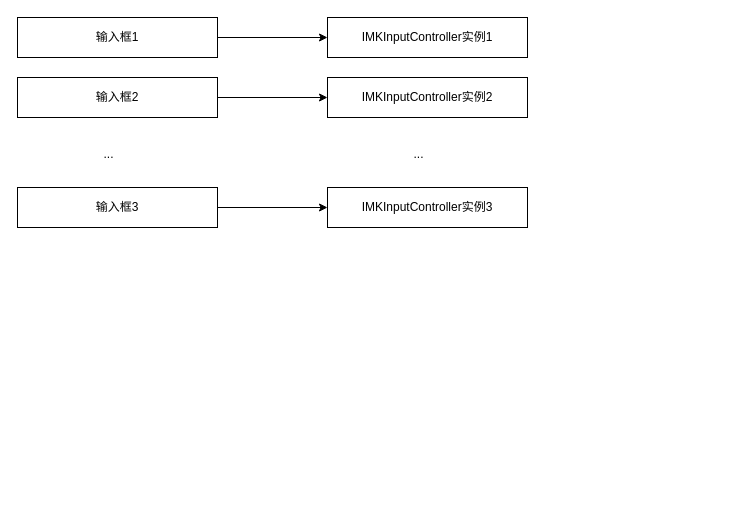
This is IMKInputController.drawio from qwertyyb/draw.io, a draw.io file, before an edit. Source tidied: cells renumbered, new cells numbered last; positions are measured from the earlier drawing's top-left corner, leaving out a move shared by most shapes. Both pictures are drawn from the tidied source at 100%, with x=0, y=0 at pixel (17, 17).
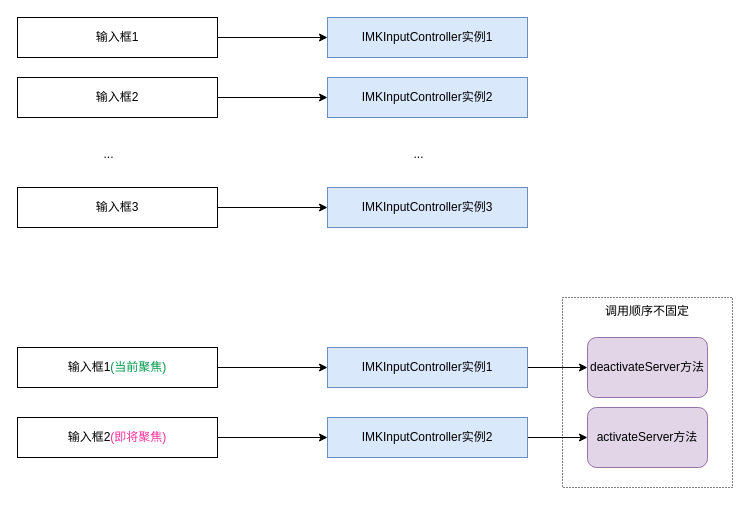
The same diagram, later.

Change to the diagram source:
```diff
@@
+    <mxCell id="13" value="调用顺序不固定" style="rounded=0;whiteSpace=wrap;html=1;verticalAlign=top;dashed=1;dashPattern=1 2;" parent="1" vertex="1">
+      <mxGeometry x="545" y="280" width="170" height="190" as="geometry" />
+    </mxCell>
@@
-    <mxCell id="9" value="IMKInputController实例1" style="rounded=0;whiteSpace=wrap;html=1;" parent="1" vertex="1">
+    <mxCell id="9" value="IMKInputController实例1" style="rounded=0;whiteSpace=wrap;html=1;fillColor=#dae8fc;strokeColor=#6c8ebf;" parent="1" vertex="1">
       <mxGeometry x="310" width="200" height="40" as="geometry" />
     </mxCell>
-    <mxCell id="10" value="IMKInputController实例3" style="rounded=0;whiteSpace=wrap;html=1;" parent="1" vertex="1">
+    <mxCell id="10" value="IMKInputController实例3" style="rounded=0;whiteSpace=wrap;html=1;fillColor=#dae8fc;strokeColor=#6c8ebf;" parent="1" vertex="1">
       <mxGeometry x="310" y="170" width="200" height="40" as="geometry" />
     </mxCell>
-    <mxCell id="11" value="IMKInputController实例2" style="rounded=0;whiteSpace=wrap;html=1;" parent="1" vertex="1">
+    <mxCell id="11" value="IMKInputController实例2" style="rounded=0;whiteSpace=wrap;html=1;fillColor=#dae8fc;strokeColor=#6c8ebf;" parent="1" vertex="1">
       <mxGeometry x="310" y="60" width="200" height="40" as="geometry" />
     </mxCell>
@@
+    <mxCell id="14" style="edgeStyle=orthogonalEdgeStyle;rounded=0;jettySize=auto;html=1;exitX=1;exitY=0.5;exitDx=0;exitDy=0;entryX=0;entryY=0.5;entryDx=0;entryDy=0;" parent="1" edge="1" source="15" target="19">
+      <mxGeometry relative="1" as="geometry" />
+    </mxCell>
+    <mxCell id="15" value="输入框1&lt;font color=&quot;#00994d&quot;&gt;(当前聚焦)&lt;/font&gt;" style="rounded=0;whiteSpace=wrap;html=1;" parent="1" vertex="1">
+      <mxGeometry y="330" width="200" height="40" as="geometry" />
+    </mxCell>
+    <mxCell id="16" style="edgeStyle=orthogonalEdgeStyle;rounded=0;jettySize=auto;html=1;exitX=1;exitY=0.5;exitDx=0;exitDy=0;" parent="1" edge="1" source="17" target="21">
+      <mxGeometry relative="1" as="geometry" />
+    </mxCell>
+    <mxCell id="17" value="输入框2&lt;font color=&quot;#ff3399&quot;&gt;(即将聚焦)&lt;/font&gt;" style="rounded=0;whiteSpace=wrap;html=1;" parent="1" vertex="1">
+      <mxGeometry y="400" width="200" height="40" as="geometry" />
+    </mxCell>
+    <mxCell id="18" style="edgeStyle=orthogonalEdgeStyle;rounded=0;jettySize=auto;html=1;exitX=1;exitY=0.5;exitDx=0;exitDy=0;" parent="1" edge="1" source="19" target="22">
+      <mxGeometry relative="1" as="geometry" />
+    </mxCell>
+    <mxCell id="19" value="IMKInputController实例1" style="rounded=0;whiteSpace=wrap;html=1;fillColor=#dae8fc;strokeColor=#6c8ebf;" parent="1" vertex="1">
+      <mxGeometry x="310" y="330" width="200" height="40" as="geometry" />
+    </mxCell>
+    <mxCell id="20" style="edgeStyle=orthogonalEdgeStyle;rounded=0;jettySize=auto;html=1;exitX=1;exitY=0.5;exitDx=0;exitDy=0;" parent="1" edge="1" source="21" target="23">
+      <mxGeometry relative="1" as="geometry" />
+    </mxCell>
+    <mxCell id="21" value="IMKInputController实例2" style="rounded=0;whiteSpace=wrap;html=1;fillColor=#dae8fc;strokeColor=#6c8ebf;" parent="1" vertex="1">
+      <mxGeometry x="310" y="400" width="200" height="40" as="geometry" />
+    </mxCell>
+    <mxCell id="22" value="deactivateServer方法" style="rounded=1;whiteSpace=wrap;html=1;fillColor=#e1d5e7;strokeColor=#9673a6;" parent="1" vertex="1">
+      <mxGeometry x="570" y="320" width="120" height="60" as="geometry" />
+    </mxCell>
+    <mxCell id="23" value="activateServer方法" style="rounded=1;whiteSpace=wrap;html=1;fillColor=#e1d5e7;strokeColor=#9673a6;" parent="1" vertex="1">
+      <mxGeometry x="570" y="390" width="120" height="60" as="geometry" />
+    </mxCell>
```
